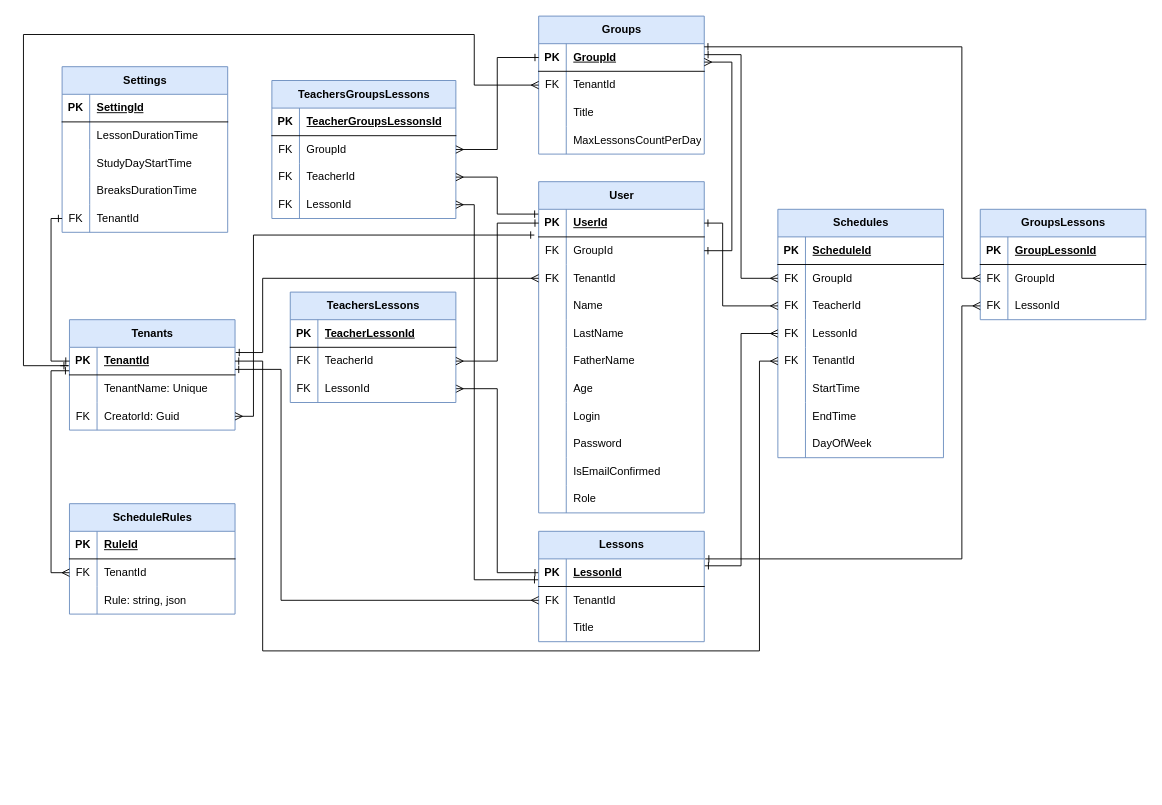
Before: ESchedule/Diagrams/ER.drawio in KuleshovNikita/ESchedule, a draw.io diagram. Source tidied: cells renumbered, new cells numbered last; positions are measured from the earlier drawing's top-left corner, leaving out a move shared by most shapes. Both pictures are drawn from the tidied source at 92%, with x=0, y=0 at pixel (23, 16).
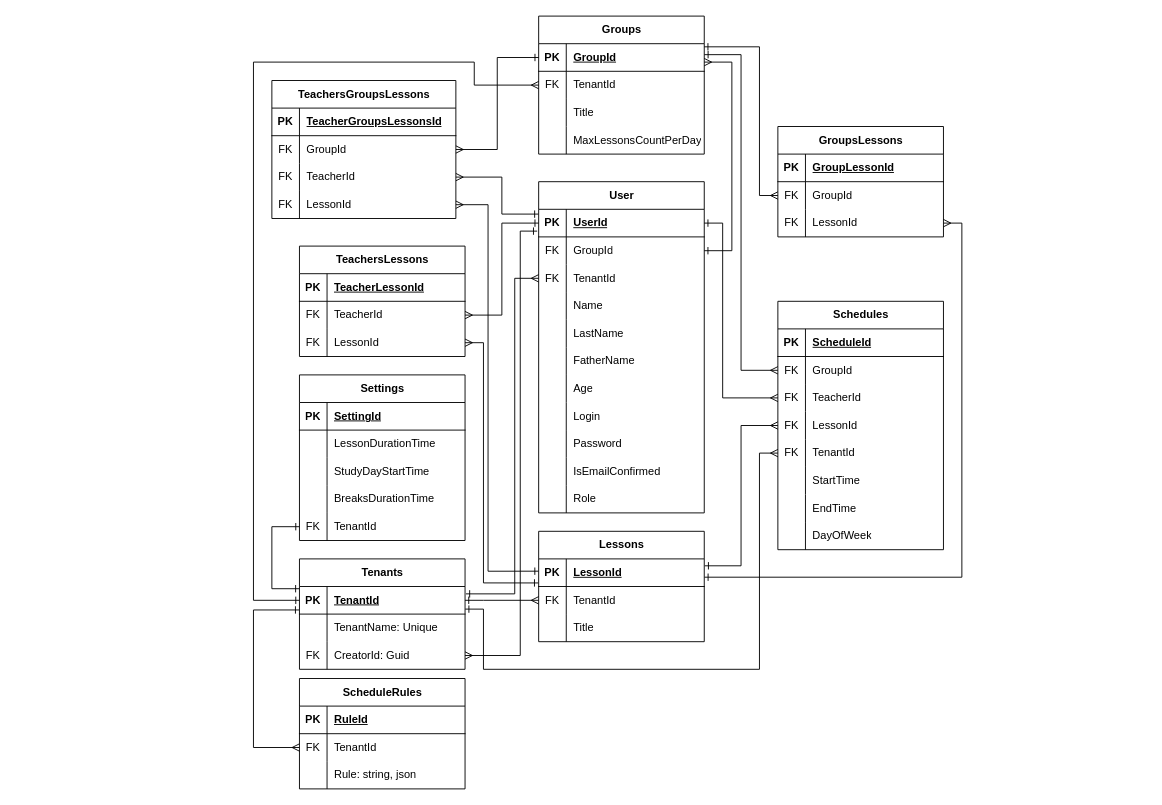
The same page after the edit.

Commit message (it also covers changes not shown here):
policy fixes and diagrams

Unchanged cells that the change refers to:
```xml
<mxCell id="3" style="shape=tableRow;horizontal=0;startSize=0;swimlaneHead=0;swimlaneBody=0;fillColor=none;points=[[0,0.5],[1,0.5]];portConstraint=eastwest;top=0;left=0;right=0;bottom=1;" parent="2" vertex="1">
  <mxGeometry y="30" width="180" height="30" as="geometry" />
</mxCell>
<mxCell id="9" style="shape=tableRow;horizontal=0;startSize=0;swimlaneHead=0;swimlaneBody=0;fillColor=none;points=[[0,0.5],[1,0.5]];portConstraint=eastwest;top=0;left=0;right=0;bottom=0;" parent="2" vertex="1">
  <mxGeometry y="90" width="180" height="30" as="geometry" />
</mxCell>
<mxCell id="37" style="shape=tableRow;horizontal=0;startSize=0;swimlaneHead=0;swimlaneBody=0;fillColor=none;points=[[0,0.5],[1,0.5]];portConstraint=eastwest;top=0;left=0;right=0;bottom=1;" parent="36" vertex="1">
  <mxGeometry y="30" width="180" height="30" as="geometry" />
</mxCell>
<mxCell id="40" style="shape=tableRow;horizontal=0;startSize=0;swimlaneHead=0;swimlaneBody=0;fillColor=none;points=[[0,0.5],[1,0.5]];portConstraint=eastwest;top=0;left=0;right=0;bottom=0;" parent="36" vertex="1">
  <mxGeometry y="60" width="180" height="30" as="geometry" />
</mxCell>
<mxCell id="51" style="shape=tableRow;horizontal=0;startSize=0;swimlaneHead=0;swimlaneBody=0;fillColor=none;points=[[0,0.5],[1,0.5]];portConstraint=eastwest;top=0;left=0;right=0;bottom=1;" parent="50" vertex="1">
  <mxGeometry y="30" width="180" height="30" as="geometry" />
</mxCell>
<mxCell id="54" style="shape=tableRow;horizontal=0;startSize=0;swimlaneHead=0;swimlaneBody=0;fillColor=none;points=[[0,0.5],[1,0.5]];portConstraint=eastwest;top=0;left=0;right=0;bottom=0;" parent="50" vertex="1">
  <mxGeometry y="60" width="180" height="30" as="geometry" />
</mxCell>
<mxCell id="67" style="shape=tableRow;horizontal=0;startSize=0;swimlaneHead=0;swimlaneBody=0;fillColor=none;points=[[0,0.5],[1,0.5]];portConstraint=eastwest;top=0;left=0;right=0;bottom=0;" parent="60" vertex="1">
  <mxGeometry y="90" width="180" height="30" as="geometry" />
</mxCell>
<mxCell id="78" style="shape=tableRow;horizontal=0;startSize=0;swimlaneHead=0;swimlaneBody=0;fillColor=none;points=[[0,0.5],[1,0.5]];portConstraint=eastwest;top=0;left=0;right=0;bottom=0;" parent="71" vertex="1">
  <mxGeometry y="90" width="180" height="30" as="geometry" />
</mxCell>
<mxCell id="84" style="shape=tableRow;horizontal=0;startSize=0;swimlaneHead=0;swimlaneBody=0;fillColor=none;points=[[0,0.5],[1,0.5]];portConstraint=eastwest;top=0;left=0;right=0;bottom=0;" parent="71" vertex="1">
  <mxGeometry y="150" width="180" height="30" as="geometry" />
</mxCell>
<mxCell id="103" style="shape=tableRow;horizontal=0;startSize=0;swimlaneHead=0;swimlaneBody=0;fillColor=none;points=[[0,0.5],[1,0.5]];portConstraint=eastwest;top=0;left=0;right=0;bottom=0;" parent="96" vertex="1">
  <mxGeometry y="90" width="200" height="30" as="geometry" />
</mxCell>
<mxCell id="106" style="shape=tableRow;horizontal=0;startSize=0;swimlaneHead=0;swimlaneBody=0;fillColor=none;points=[[0,0.5],[1,0.5]];portConstraint=eastwest;top=0;left=0;right=0;bottom=0;" parent="96" vertex="1">
  <mxGeometry y="120" width="200" height="30" as="geometry" />
</mxCell>
<mxCell id="115" style="shape=tableRow;horizontal=0;startSize=0;swimlaneHead=0;swimlaneBody=0;fillColor=none;points=[[0,0.5],[1,0.5]];portConstraint=eastwest;top=0;left=0;right=0;bottom=0;" parent="111" vertex="1">
  <mxGeometry y="60" width="180" height="30" as="geometry" />
</mxCell>
<mxCell id="118" style="shape=tableRow;horizontal=0;startSize=0;swimlaneHead=0;swimlaneBody=0;fillColor=none;points=[[0,0.5],[1,0.5]];portConstraint=eastwest;top=0;left=0;right=0;bottom=0;" parent="111" vertex="1">
  <mxGeometry y="90" width="180" height="30" as="geometry" />
</mxCell>
<mxCell id="137" style="shape=tableRow;horizontal=0;startSize=0;swimlaneHead=0;swimlaneBody=0;fillColor=none;points=[[0,0.5],[1,0.5]];portConstraint=eastwest;top=0;left=0;right=0;bottom=0;" parent="124" vertex="1">
  <mxGeometry y="150" width="180" height="30" as="geometry" />
</mxCell>
<mxCell id="145" style="shape=tableRow;horizontal=0;startSize=0;swimlaneHead=0;swimlaneBody=0;fillColor=none;points=[[0,0.5],[1,0.5]];portConstraint=eastwest;top=0;left=0;right=0;bottom=1;" parent="144" vertex="1">
  <mxGeometry y="30" width="180" height="30" as="geometry" />
</mxCell>
<mxCell id="151" style="shape=tableRow;horizontal=0;startSize=0;swimlaneHead=0;swimlaneBody=0;fillColor=none;points=[[0,0.5],[1,0.5]];portConstraint=eastwest;top=0;left=0;right=0;bottom=0;" parent="144" vertex="1">
  <mxGeometry y="90" width="180" height="30" as="geometry" />
</mxCell>
<mxCell id="164" style="shape=tableRow;horizontal=0;startSize=0;swimlaneHead=0;swimlaneBody=0;fillColor=none;points=[[0,0.5],[1,0.5]];portConstraint=eastwest;top=0;left=0;right=0;bottom=0;" parent="160" vertex="1">
  <mxGeometry y="60" width="180" height="30" as="geometry" />
</mxCell>
```

Diff of the diagram source:
```diff
@@
-    <mxCell id="2" value="User" style="shape=table;startSize=30;childLayout=tableLayout;rowLines=0;fontStyle=1;align=center;html=1;fillColor=#dae8fc;strokeColor=#6c8ebf;" parent="1" vertex="1">
+    <mxCell id="2" value="User" style="shape=table;startSize=30;childLayout=tableLayout;rowLines=0;fontStyle=1;align=center;html=1;" parent="1" vertex="1">
       <mxGeometry x="560" y="180" width="180" height="360" as="geometry" />
     </mxCell>
@@
-    <mxCell id="36" value="Groups" style="shape=table;startSize=30;childLayout=tableLayout;rowLines=0;fontStyle=1;align=center;html=1;fillColor=#dae8fc;strokeColor=#6c8ebf;" parent="1" vertex="1">
+    <mxCell id="36" value="Groups" style="shape=table;startSize=30;childLayout=tableLayout;rowLines=0;fontStyle=1;align=center;html=1;" parent="1" vertex="1">
       <mxGeometry x="560" width="180" height="150" as="geometry" />
     </mxCell>
@@
-    <mxCell id="49" style="edgeStyle=orthogonalEdgeStyle;rounded=0;jettySize=auto;html=1;entryX=1;entryY=0.5;entryDx=0;entryDy=0;exitX=0;exitY=0.5;exitDx=0;exitDy=0;endArrow=ERmany;endFill=0;startArrow=ERone;startFill=0;" parent="1" edge="1" source="51" target="67">
-      <mxGeometry relative="1" as="geometry" />
+    <mxCell id="49" style="edgeStyle=orthogonalEdgeStyle;rounded=0;jettySize=auto;html=1;entryX=1;entryY=0.5;entryDx=0;entryDy=0;exitX=-0.003;exitY=0.871;exitDx=0;exitDy=0;endArrow=ERmany;endFill=0;startArrow=ERone;startFill=0;exitPerimeter=0;" parent="1" edge="1" source="51" target="67">
+      <mxGeometry relative="1" as="geometry">
+        <Array as="points">
+          <mxPoint x="500" y="616" />
+          <mxPoint x="500" y="355" />
+        </Array>
+      </mxGeometry>
     </mxCell>
-    <mxCell id="50" value="Lessons" style="shape=table;startSize=30;childLayout=tableLayout;rowLines=0;fontStyle=1;align=center;html=1;fillColor=#dae8fc;strokeColor=#6c8ebf;" parent="1" vertex="1">
+    <mxCell id="50" value="Lessons" style="shape=table;startSize=30;childLayout=tableLayout;rowLines=0;fontStyle=1;align=center;html=1;" parent="1" vertex="1">
       <mxGeometry x="560" y="560" width="180" height="120" as="geometry" />
     </mxCell>
@@
-    <mxCell id="60" value="TeachersLessons" style="shape=table;startSize=30;childLayout=tableLayout;rowLines=0;fontStyle=1;align=center;html=1;fillColor=#dae8fc;strokeColor=#6c8ebf;" parent="1" vertex="1">
-      <mxGeometry x="290" y="300" width="180" height="120" as="geometry" />
+    <mxCell id="60" value="TeachersLessons" style="shape=table;startSize=30;childLayout=tableLayout;rowLines=0;fontStyle=1;align=center;html=1;" parent="1" vertex="1">
+      <mxGeometry x="300" y="250" width="180" height="120" as="geometry" />
     </mxCell>
@@
-    <mxCell id="71" value="Schedules" style="shape=table;startSize=30;childLayout=tableLayout;rowLines=0;fontStyle=1;align=center;html=1;fillColor=#dae8fc;strokeColor=#6c8ebf;" parent="1" vertex="1">
-      <mxGeometry x="820" y="210" width="180" height="270" as="geometry" />
+    <mxCell id="71" value="Schedules" style="shape=table;startSize=30;childLayout=tableLayout;rowLines=0;fontStyle=1;align=center;html=1;" parent="1" vertex="1">
+      <mxGeometry x="820" y="310" width="180" height="270" as="geometry" />
     </mxCell>
@@
-    <mxCell id="96" value="TeachersGroupsLessons" style="shape=table;startSize=30;childLayout=tableLayout;rowLines=0;fontStyle=1;align=center;html=1;fillColor=#dae8fc;strokeColor=#6c8ebf;" parent="1" vertex="1">
+    <mxCell id="96" value="TeachersGroupsLessons" style="shape=table;startSize=30;childLayout=tableLayout;rowLines=0;fontStyle=1;align=center;html=1;" parent="1" vertex="1">
       <mxGeometry x="270" y="70" width="200" height="150" as="geometry" />
     </mxCell>
@@
     <mxCell id="110" style="edgeStyle=orthogonalEdgeStyle;rounded=0;jettySize=auto;html=1;entryX=-0.002;entryY=0.174;entryDx=0;entryDy=0;endArrow=ERone;endFill=0;startArrow=ERmany;startFill=0;exitX=1;exitY=0.5;exitDx=0;exitDy=0;entryPerimeter=0;" parent="1" edge="1" source="103" target="3">
       <mxGeometry relative="1" as="geometry">
         <Array as="points">
-          <mxPoint x="515" y="175" />
-          <mxPoint x="515" y="215" />
-          <mxPoint x="560" y="215" />
+          <mxPoint x="520" y="175" />
+          <mxPoint x="520" y="215" />
         </Array>
       </mxGeometry>
     </mxCell>
-    <mxCell id="111" value="GroupsLessons" style="shape=table;startSize=30;childLayout=tableLayout;rowLines=0;fontStyle=1;align=center;html=1;fillColor=#dae8fc;strokeColor=#6c8ebf;" parent="1" vertex="1">
-      <mxGeometry x="1040" y="210" width="180" height="120" as="geometry" />
+    <mxCell id="111" value="GroupsLessons" style="shape=table;startSize=30;childLayout=tableLayout;rowLines=0;fontStyle=1;align=center;html=1;" parent="1" vertex="1">
+      <mxGeometry x="820" y="120" width="180" height="120" as="geometry" />
     </mxCell>
@@
     <mxCell id="121" style="edgeStyle=orthogonalEdgeStyle;rounded=0;jettySize=auto;html=1;entryX=0;entryY=0.5;entryDx=0;entryDy=0;endArrow=ERmany;endFill=0;startArrow=ERone;startFill=0;exitX=1;exitY=0.113;exitDx=0;exitDy=0;exitPerimeter=0;" parent="1" edge="1" source="37" target="115">
       <mxGeometry relative="1" as="geometry">
         <Array as="points">
-          <mxPoint x="1020" y="33" />
-          <mxPoint x="1020" y="285" />
+          <mxPoint x="800" y="33" />
+          <mxPoint x="800" y="195" />
         </Array>
       </mxGeometry>
     </mxCell>
-    <mxCell id="122" style="edgeStyle=orthogonalEdgeStyle;rounded=0;jettySize=auto;html=1;endArrow=ERmany;endFill=0;startArrow=ERone;startFill=0;" parent="1" edge="1" target="118">
+    <mxCell id="122" style="edgeStyle=orthogonalEdgeStyle;rounded=0;jettySize=auto;html=1;endArrow=ERmany;endFill=0;startArrow=ERone;startFill=0;exitX=1.001;exitY=0.663;exitDx=0;exitDy=0;exitPerimeter=0;entryX=1;entryY=0.5;entryDx=0;entryDy=0;" parent="1" edge="1" source="51" target="118">
       <mxGeometry relative="1" as="geometry">
-        <mxPoint x="741" y="590" as="sourcePoint" />
         <Array as="points">
-          <mxPoint x="1020" y="590" />
-          <mxPoint x="1020" y="315" />
+          <mxPoint x="1020" y="610" />
+          <mxPoint x="1020" y="225" />
         </Array>
       </mxGeometry>
     </mxCell>
-    <mxCell id="123" style="edgeStyle=orthogonalEdgeStyle;rounded=0;jettySize=auto;html=1;endArrow=ERmany;endFill=0;startArrow=ERone;startFill=0;exitX=1.003;exitY=0.189;exitDx=0;exitDy=0;entryX=0;entryY=0.5;entryDx=0;entryDy=0;exitPerimeter=0;" parent="1" edge="1" source="145" target="9">
+    <mxCell id="123" style="edgeStyle=orthogonalEdgeStyle;rounded=0;jettySize=auto;html=1;endArrow=ERmany;endFill=0;startArrow=ERone;startFill=0;entryX=0;entryY=0.5;entryDx=0;entryDy=0;" parent="1" edge="1" target="9">
       <mxGeometry relative="1" as="geometry">
+        <mxPoint x="481" y="628" as="sourcePoint" />
         <Array as="points">
-          <mxPoint x="260" y="366" />
-          <mxPoint x="260" y="285" />
+          <mxPoint x="481" y="628" />
+          <mxPoint x="534" y="628" />
+          <mxPoint x="534" y="285" />
         </Array>
       </mxGeometry>
     </mxCell>
-    <mxCell id="124" value="Settings" style="shape=table;startSize=30;childLayout=tableLayout;rowLines=0;fontStyle=1;align=center;html=1;fillColor=#dae8fc;strokeColor=#6c8ebf;" parent="1" vertex="1">
-      <mxGeometry x="42" y="55" width="180" height="180" as="geometry" />
+    <mxCell id="124" value="Settings" style="shape=table;startSize=30;childLayout=tableLayout;rowLines=0;fontStyle=1;align=center;html=1;" parent="1" vertex="1">
+      <mxGeometry x="300" y="390" width="180" height="180" as="geometry" />
     </mxCell>
@@
-    <mxCell id="141" style="edgeStyle=orthogonalEdgeStyle;rounded=0;jettySize=auto;html=1;endArrow=ERone;endFill=0;startArrow=ERmany;startFill=0;entryX=1;entryY=0.5;entryDx=0;entryDy=0;" parent="1" edge="1" source="78" target="3">
+    <mxCell id="141" style="edgeStyle=orthogonalEdgeStyle;rounded=0;jettySize=auto;html=1;endArrow=ERone;endFill=0;startArrow=ERmany;startFill=0;entryX=1;entryY=0.5;entryDx=0;entryDy=0;exitX=0;exitY=0.5;exitDx=0;exitDy=0;" parent="1" edge="1" source="78" target="3">
       <mxGeometry relative="1" as="geometry">
         <Array as="points">
-          <mxPoint x="760" y="315" />
+          <mxPoint x="760" y="415" />
           <mxPoint x="760" y="225" />
         </Array>
       </mxGeometry>
     </mxCell>
@@
-    <mxCell id="144" value="Tenants" style="shape=table;startSize=30;childLayout=tableLayout;rowLines=0;fontStyle=1;align=center;html=1;fillColor=#dae8fc;strokeColor=#6c8ebf;" parent="1" vertex="1">
-      <mxGeometry x="50" y="330" width="180" height="120" as="geometry" />
+    <mxCell id="144" value="Tenants" style="shape=table;startSize=30;childLayout=tableLayout;rowLines=0;fontStyle=1;align=center;html=1;" parent="1" vertex="1">
+      <mxGeometry x="300" y="590" width="180" height="120" as="geometry" />
     </mxCell>
@@
-    <mxCell id="154" style="edgeStyle=orthogonalEdgeStyle;rounded=0;jettySize=auto;html=1;entryX=0;entryY=0.5;entryDx=0;entryDy=0;endArrow=ERone;endFill=0;startArrow=ERone;startFill=0;" parent="1" edge="1" source="137" target="145">
+    <mxCell id="154" style="edgeStyle=orthogonalEdgeStyle;rounded=0;jettySize=auto;html=1;entryX=-0.001;entryY=0.08;entryDx=0;entryDy=0;endArrow=ERone;endFill=0;startArrow=ERone;startFill=0;entryPerimeter=0;" parent="1" edge="1" source="137" target="145">
       <mxGeometry relative="1" as="geometry">
         <Array as="points">
-          <mxPoint x="30" y="220" />
-          <mxPoint x="30" y="375" />
+          <mxPoint x="270" y="555" />
+          <mxPoint x="270" y="622" />
         </Array>
       </mxGeometry>
     </mxCell>
-    <mxCell id="155" style="edgeStyle=orthogonalEdgeStyle;rounded=0;jettySize=auto;html=1;entryX=1;entryY=0.5;entryDx=0;entryDy=0;endArrow=ERone;endFill=0;startArrow=ERmany;startFill=0;" parent="1" edge="1" source="84" target="145">
+    <mxCell id="155" style="edgeStyle=orthogonalEdgeStyle;rounded=0;jettySize=auto;html=1;entryX=1.001;entryY=0.819;entryDx=0;entryDy=0;endArrow=ERone;endFill=0;startArrow=ERmany;startFill=0;entryPerimeter=0;exitX=0;exitY=0.5;exitDx=0;exitDy=0;" parent="1" edge="1" source="84" target="145">
       <mxGeometry relative="1" as="geometry">
         <Array as="points">
-          <mxPoint x="800" y="375" />
-          <mxPoint x="800" y="690" />
-          <mxPoint x="260" y="690" />
-          <mxPoint x="260" y="375" />
+          <mxPoint x="800" y="475" />
+          <mxPoint x="800" y="710" />
+          <mxPoint x="500" y="710" />
+          <mxPoint x="500" y="645" />
+          <mxPoint x="480" y="645" />
         </Array>
       </mxGeometry>
     </mxCell>
-    <mxCell id="156" style="edgeStyle=orthogonalEdgeStyle;rounded=0;jettySize=auto;html=1;endArrow=ERone;endFill=0;startArrow=ERmany;startFill=0;" parent="1" edge="1" source="54">
+    <mxCell id="156" style="edgeStyle=orthogonalEdgeStyle;rounded=0;jettySize=auto;html=1;endArrow=ERone;endFill=0;startArrow=ERmany;startFill=0;entryX=1;entryY=0.5;entryDx=0;entryDy=0;" parent="1" edge="1" source="54" target="145">
       <mxGeometry relative="1" as="geometry">
-        <mxPoint x="230" y="384" as="targetPoint" />
         <Array as="points">
-          <mxPoint x="280" y="635" />
-          <mxPoint x="280" y="384" />
+          <mxPoint x="500" y="635" />
+          <mxPoint x="500" y="635" />
         </Array>
       </mxGeometry>
     </mxCell>
-    <mxCell id="157" style="edgeStyle=orthogonalEdgeStyle;rounded=0;jettySize=auto;html=1;exitX=0;exitY=0.5;exitDx=0;exitDy=0;endArrow=ERone;endFill=0;startArrow=ERmany;startFill=0;" parent="1" edge="1" source="40">
+    <mxCell id="157" style="edgeStyle=orthogonalEdgeStyle;rounded=0;jettySize=auto;html=1;exitX=0;exitY=0.5;exitDx=0;exitDy=0;endArrow=ERone;endFill=0;startArrow=ERmany;startFill=0;entryX=0;entryY=0.5;entryDx=0;entryDy=0;" parent="1" edge="1" source="40" target="145">
       <mxGeometry relative="1" as="geometry">
-        <mxPoint x="40" y="380" as="targetPoint" />
         <Array as="points">
           <mxPoint x="490" y="75" />
-          <mxPoint x="490" y="20" />
-          <mxPoint y="20" />
-          <mxPoint y="380" />
-          <mxPoint x="49" y="380" />
+          <mxPoint x="490" y="50" />
+          <mxPoint x="250" y="50" />
+          <mxPoint x="250" y="635" />
         </Array>
       </mxGeometry>
     </mxCell>
-    <mxCell id="158" style="edgeStyle=orthogonalEdgeStyle;rounded=0;jettySize=auto;html=1;entryX=-0.026;entryY=0.933;entryDx=0;entryDy=0;entryPerimeter=0;endArrow=ERone;endFill=0;startArrow=ERmany;startFill=0;" parent="1" edge="1" source="151" target="3">
+    <mxCell id="158" style="edgeStyle=orthogonalEdgeStyle;rounded=0;jettySize=auto;html=1;entryX=-0.009;entryY=0.791;entryDx=0;entryDy=0;entryPerimeter=0;endArrow=ERone;endFill=0;startArrow=ERmany;startFill=0;exitX=1;exitY=0.5;exitDx=0;exitDy=0;" parent="1" edge="1" source="151" target="3">
       <mxGeometry relative="1" as="geometry">
         <Array as="points">
-          <mxPoint x="250" y="435" />
-          <mxPoint x="250" y="238" />
+          <mxPoint x="540" y="695" />
+          <mxPoint x="540" y="234" />
         </Array>
       </mxGeometry>
     </mxCell>
-    <mxCell id="159" style="edgeStyle=orthogonalEdgeStyle;rounded=0;jettySize=auto;html=1;entryX=-0.003;entryY=0.756;entryDx=0;entryDy=0;endArrow=ERone;endFill=0;startArrow=ERmany;startFill=0;entryPerimeter=0;" parent="1" edge="1" source="106" target="51">
+    <mxCell id="159" style="edgeStyle=orthogonalEdgeStyle;rounded=0;jettySize=auto;html=1;endArrow=ERone;endFill=0;startArrow=ERmany;startFill=0;entryX=-0.001;entryY=0.445;entryDx=0;entryDy=0;entryPerimeter=0;exitX=1;exitY=0.5;exitDx=0;exitDy=0;" parent="1" edge="1" source="106" target="51">
       <mxGeometry relative="1" as="geometry">
         <Array as="points">
-          <mxPoint x="490" y="205" />
-          <mxPoint x="490" y="613" />
-          <mxPoint x="560" y="613" />
+          <mxPoint x="505" y="205" />
+          <mxPoint x="505" y="603" />
+          <mxPoint x="560" y="603" />
         </Array>
       </mxGeometry>
     </mxCell>
-    <mxCell id="160" value="ScheduleRules" style="shape=table;startSize=30;childLayout=tableLayout;rowLines=0;fontStyle=1;align=center;html=1;fillColor=#dae8fc;strokeColor=#6c8ebf;" parent="1" vertex="1">
-      <mxGeometry x="50" y="530" width="180" height="120" as="geometry" />
+    <mxCell id="160" value="ScheduleRules" style="shape=table;startSize=30;childLayout=tableLayout;rowLines=0;fontStyle=1;align=center;html=1;" parent="1" vertex="1">
+      <mxGeometry x="300" y="720" width="180" height="120" as="geometry" />
     </mxCell>
@@
     <mxCell id="170" style="edgeStyle=orthogonalEdgeStyle;rounded=0;jettySize=auto;html=1;entryX=-0.002;entryY=0.85;entryDx=0;entryDy=0;entryPerimeter=0;endArrow=ERone;endFill=0;startArrow=ERmany;startFill=0;" parent="1" edge="1" source="164" target="145">
-      <mxGeometry relative="1" as="geometry" />
+      <mxGeometry relative="1" as="geometry">
+        <Array as="points">
+          <mxPoint x="250" y="795" />
+          <mxPoint x="250" y="646" />
+        </Array>
+      </mxGeometry>
     </mxCell>
```
